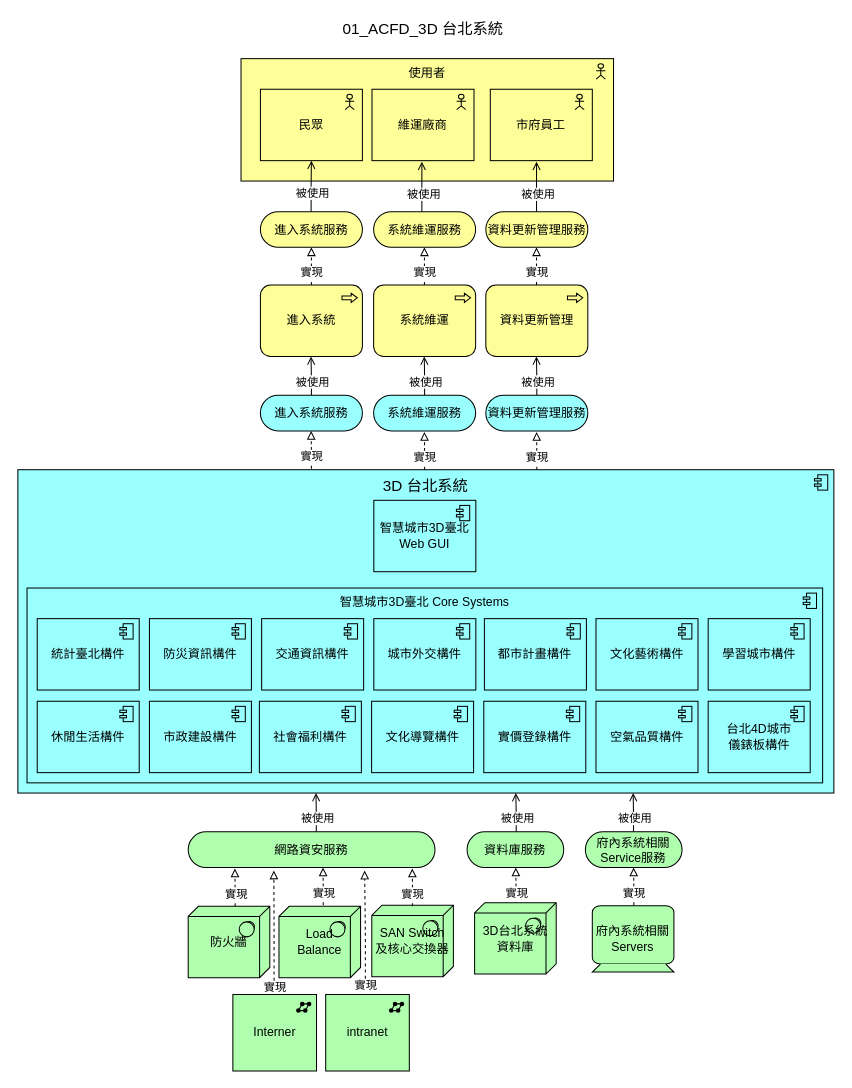
Earlier version of the draw.io diagram page "01_ACFD_3D 台北系統" (1 of 17) of 3D.drawio (cxr0801/EA). Source tidied: cells renumbered, new cells numbered last; positions are measured from the earlier drawing's top-left corner, leaving out a move shared by most shapes. Both pictures are drawn from the tidied source at 102%, with x=0, y=0 at pixel (17, 17).
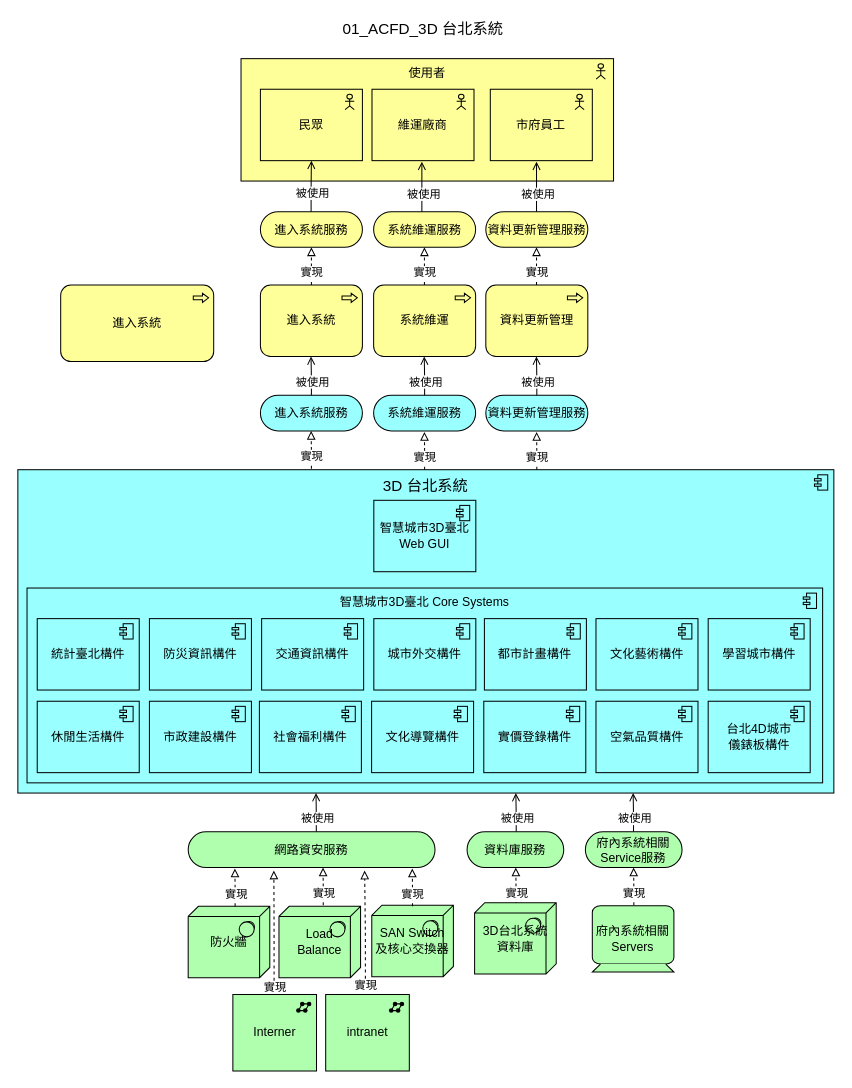
The same page after the edit.

What changed in the source:
```diff
@@
+    <mxCell id="87" value="進入系統" style="html=1;whiteSpace=wrap;fillColor=#ffff99;shape=mxgraph.archimate3.application;appType=proc;archiType=rounded;" parent="1" vertex="1">
+      <mxGeometry x="42" y="262" width="150" height="75" as="geometry" />
+    </mxCell>
```
